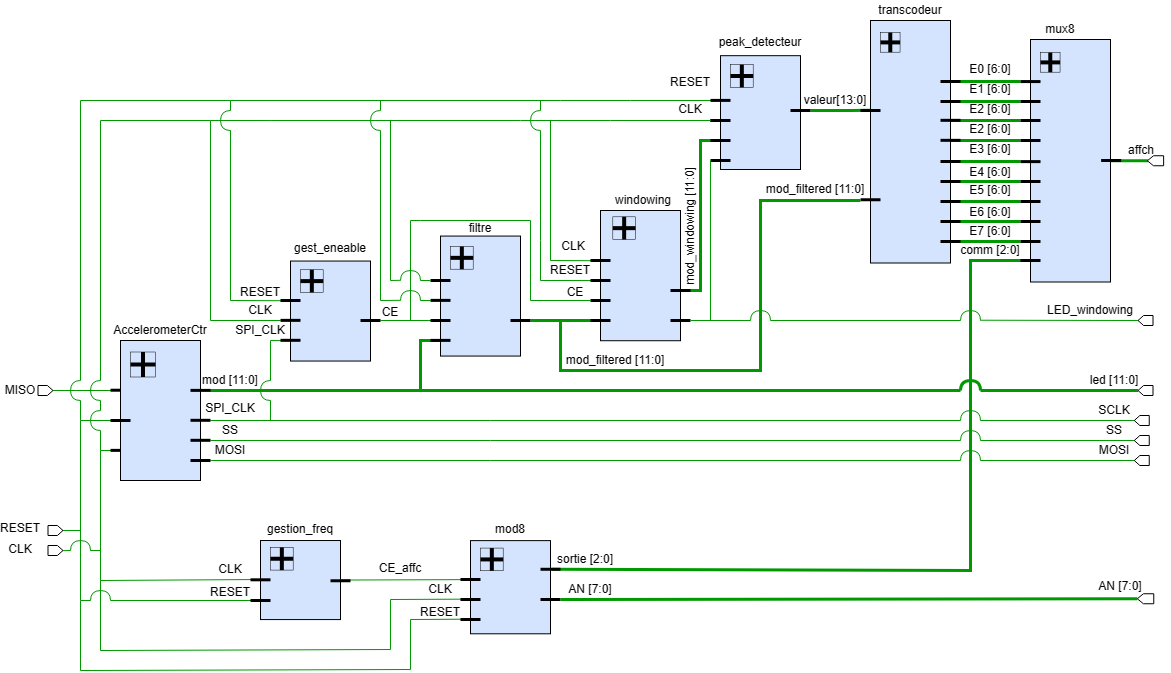
This is Diagram.png from FurlanLucas/Projet-VHDL, a draw.io export, as it was before one commit. Source tidied: cells renumbered, new cells last; positions are measured from the earlier drawing's top-left corner, leaving out a move shared by most shapes.
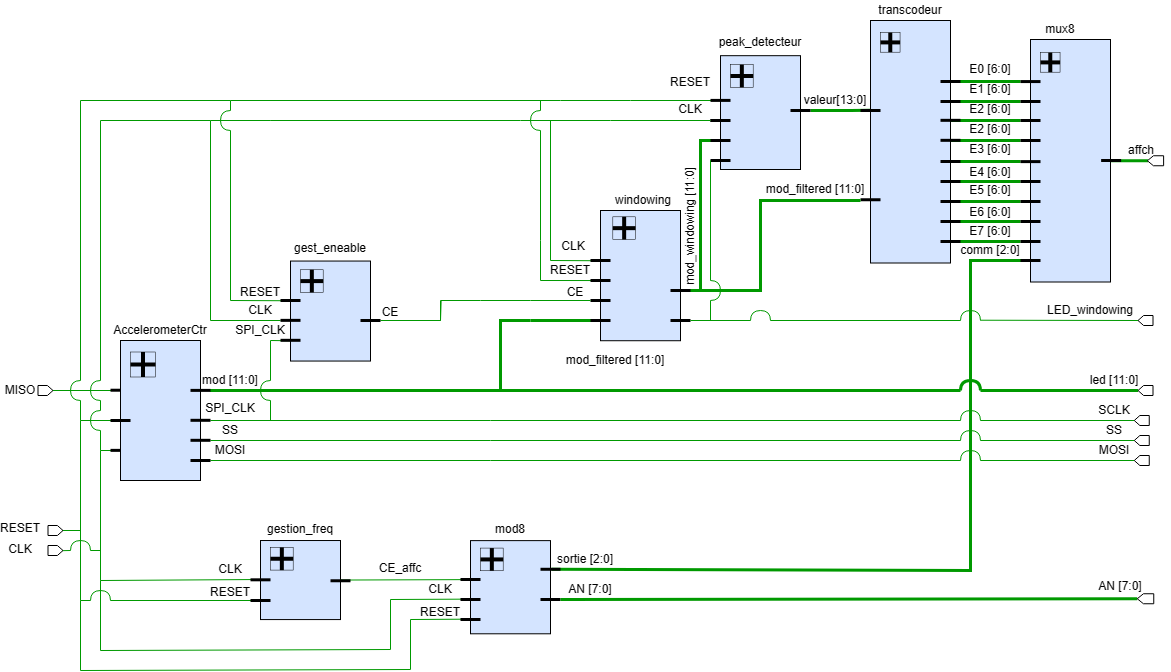
The same file after the commit.

The edit, as a diff of the source:
```diff
@@ -117,9 +117,10 @@
     <mxCell id="20" style="rounded=0;whiteSpace=wrap;html=1;fillColor=#D4E4FF;strokeColor=#000000;" parent="1" vertex="1">
       <mxGeometry x="1030" y="39" width="80" height="242.5" as="geometry" />
     </mxCell>
-    <mxCell id="21" style="endArrow=none;html=1;rounded=0;strokeColor=#009900;strokeWidth=1;entryX=0.008;entryY=0.541;entryDx=0;entryDy=0;entryPerimeter=0;" parent="1" edge="1" target="35">
+    <mxCell id="21" style="endArrow=none;html=1;rounded=0;strokeColor=#009900;strokeWidth=1;entryX=0.008;entryY=0.541;entryDx=0;entryDy=0;entryPerimeter=0;" parent="1" edge="1">
       <mxGeometry relative="1" as="geometry">
         <mxPoint x="380" y="320" as="sourcePoint" />
+        <mxPoint x="440.6" y="300.5" as="targetPoint" />
         <Array as="points">
           <mxPoint x="440" y="320" />
         </Array>
@@ -179,11 +180,11 @@
     </mxCell>
     <mxCell id="28" style="endArrow=none;html=1;rounded=0;strokeColor=#009900;strokeWidth=3;" parent="1" edge="1">
       <mxGeometry relative="1" as="geometry">
-        <mxPoint x="450" y="340" as="sourcePoint" />
+        <mxPoint x="530" y="320" as="sourcePoint" />
         <mxPoint x="510" y="390" as="targetPoint" />
         <Array as="points">
-          <mxPoint x="420" y="340" />
-          <mxPoint x="420" y="390" />
+          <mxPoint x="500" y="320" />
+          <mxPoint x="500" y="390" />
         </Array>
       </mxGeometry>
     </mxCell>
@@ -204,30 +205,6 @@
     <mxCell id="33" value="CLK" style="text;html=1;strokeColor=none;fillColor=none;align=center;verticalAlign=middle;whiteSpace=wrap;rounded=0;" parent="1" vertex="1">
       <mxGeometry y="539" width="40" height="20" as="geometry" />
     </mxCell>
-    <mxCell id="34" style="group;" parent="1" vertex="1">
-      <mxGeometry x="440" y="240" width="80" height="120" as="geometry" />
-    </mxCell>
-    <mxCell id="35" style="rounded=0;whiteSpace=wrap;html=1;fillColor=#D4E4FF;strokeColor=#000000;" parent="34" vertex="1">
-      <mxGeometry y="-4.4" width="80" height="120" as="geometry" />
-    </mxCell>
-    <mxCell id="36" style="whiteSpace=wrap;html=1;strokeColor=#000000;fillColor=none;strokeWidth=0.5;gradientColor=none;" parent="34" vertex="1">
-      <mxGeometry x="10" y="6" width="22.7" height="22.7" as="geometry" />
-    </mxCell>
-    <mxCell id="37" style="endArrow=none;html=1;rounded=0;exitX=0.5;exitY=1;exitDx=0;exitDy=0;entryX=0.5;entryY=0;entryDx=0;entryDy=0;strokeWidth=4;" parent="34" edge="1" source="36" target="36">
-      <mxGeometry relative="1" as="geometry" />
-    </mxCell>
-    <mxCell id="38" style="endArrow=none;html=1;rounded=0;exitX=0;exitY=0.5;exitDx=0;exitDy=0;entryX=1;entryY=0.5;entryDx=0;entryDy=0;strokeWidth=4;" parent="34" edge="1" source="36" target="36">
-      <mxGeometry relative="1" as="geometry" />
-    </mxCell>
-    <mxCell id="39" style="endArrow=none;html=1;rounded=0;strokeColor=#000000;strokeWidth=3;endSize=1;" parent="34" edge="1">
-      <mxGeometry relative="1" as="geometry">
-        <mxPoint x="70" y="80" as="sourcePoint" />
-        <mxPoint x="90" y="80" as="targetPoint" />
-      </mxGeometry>
-    </mxCell>
-    <mxCell id="40" value="filtre" style="text;html=1;strokeColor=none;fillColor=none;align=center;verticalAlign=middle;whiteSpace=wrap;rounded=0;" parent="1" vertex="1">
-      <mxGeometry x="430" y="217.6" width="100" height="20" as="geometry" />
-    </mxCell>
     <mxCell id="41" style="group;" parent="1" vertex="1">
       <mxGeometry x="260" y="539" width="80" height="83" as="geometry" />
     </mxCell>
@@ -1063,11 +1040,10 @@
     </mxCell>
     <mxCell id="213" style="endArrow=none;html=1;rounded=0;strokeColor=#009900;strokeWidth=3;" parent="1" edge="1">
       <mxGeometry x="-0.37" y="-75" relative="1" as="geometry">
-        <mxPoint x="560" y="320" as="sourcePoint" />
+        <mxPoint x="700" y="290" as="sourcePoint" />
         <mxPoint x="860" y="200" as="targetPoint" />
         <Array as="points">
-          <mxPoint x="560" y="370" />
-          <mxPoint x="760" y="370" />
+          <mxPoint x="760" y="290" />
           <mxPoint x="760" y="200" />
         </Array>
       </mxGeometry>
@@ -1144,9 +1120,9 @@
         <mxPoint x="410" y="320" as="sourcePoint" />
         <mxPoint x="590" y="300" as="targetPoint" />
         <Array as="points">
-          <mxPoint x="410" y="220" />
-          <mxPoint x="420" y="220" />
-          <mxPoint x="530" y="220" />
+          <mxPoint x="440" y="320" />
+          <mxPoint x="440" y="300" />
+          <mxPoint x="480" y="300" />
           <mxPoint x="530" y="300" />
         </Array>
       </mxGeometry>
@@ -1162,7 +1138,7 @@
     </mxCell>
     <mxCell id="229" style="endArrow=none;html=1;rounded=0;strokeColor=#009900;" parent="1" edge="1">
       <mxGeometry relative="1" as="geometry">
-        <mxPoint x="710" y="320" as="sourcePoint" />
+        <mxPoint x="710" y="280" as="sourcePoint" />
         <mxPoint x="710" y="159.8" as="targetPoint" />
       </mxGeometry>
     </mxCell>
@@ -1220,107 +1196,30 @@
         <mxPoint x="210" y="389.9" as="targetPoint" />
       </mxGeometry>
     </mxCell>
-    <mxCell id="241" style="endArrow=none;html=1;rounded=0;strokeColor=#000000;strokeWidth=3;endSize=1;" parent="1" edge="1">
-      <mxGeometry relative="1" as="geometry">
-        <mxPoint x="430" y="339.9" as="sourcePoint" />
-        <mxPoint x="450" y="339.9" as="targetPoint" />
-      </mxGeometry>
-    </mxCell>
-    <mxCell id="242" style="endArrow=none;html=1;rounded=0;strokeColor=#000000;strokeWidth=3;endSize=1;" parent="1" edge="1">
-      <mxGeometry relative="1" as="geometry">
-        <mxPoint x="430" y="320" as="sourcePoint" />
-        <mxPoint x="450" y="320" as="targetPoint" />
-      </mxGeometry>
-    </mxCell>
-    <mxCell id="243" style="endArrow=none;html=1;rounded=0;strokeColor=#000000;strokeWidth=3;endSize=1;" parent="1" edge="1">
-      <mxGeometry relative="1" as="geometry">
-        <mxPoint x="430" y="299.9" as="sourcePoint" />
-        <mxPoint x="450" y="299.9" as="targetPoint" />
-      </mxGeometry>
-    </mxCell>
     <mxCell id="244" style="endArrow=none;html=1;rounded=0;strokeColor=#000000;strokeWidth=3;endSize=1;" parent="1" edge="1">
       <mxGeometry relative="1" as="geometry">
         <mxPoint x="360" y="320" as="sourcePoint" />
         <mxPoint x="380" y="320" as="targetPoint" />
       </mxGeometry>
     </mxCell>
-    <mxCell id="245" style="endArrow=none;html=1;rounded=0;strokeColor=#000000;strokeWidth=3;endSize=1;" parent="1" edge="1">
-      <mxGeometry relative="1" as="geometry">
-        <mxPoint x="430" y="280" as="sourcePoint" />
-        <mxPoint x="450" y="280" as="targetPoint" />
-      </mxGeometry>
-    </mxCell>
-    <mxCell id="246" style="endArrow=none;html=1;rounded=0;strokeWidth=1;edgeStyle=orthogonalEdgeStyle;curved=1;strokeColor=#009900;" parent="1" edge="1">
-      <mxGeometry x="-1" y="10" relative="1" as="geometry">
-        <mxPoint x="420" y="300" as="sourcePoint" />
-        <mxPoint x="400" y="300" as="targetPoint" />
-        <Array as="points">
-          <mxPoint x="420" y="290" />
-          <mxPoint x="400" y="290" />
-        </Array>
-        <mxPoint x="10" y="-10" as="offset" />
-      </mxGeometry>
-    </mxCell>
-    <mxCell id="247" style="endArrow=none;html=1;rounded=0;strokeColor=#009900;" parent="1" edge="1">
-      <mxGeometry relative="1" as="geometry">
-        <mxPoint x="420" y="300" as="sourcePoint" />
-        <mxPoint x="430" y="300" as="targetPoint" />
-      </mxGeometry>
-    </mxCell>
-    <mxCell id="248" style="endArrow=none;html=1;rounded=0;strokeColor=#009900;" parent="1" edge="1">
-      <mxGeometry relative="1" as="geometry">
-        <mxPoint x="380" y="130" as="sourcePoint" />
-        <mxPoint x="400" y="299.8" as="targetPoint" />
-        <Array as="points">
-          <mxPoint x="380" y="300" />
-        </Array>
-      </mxGeometry>
-    </mxCell>
-    <mxCell id="249" style="endArrow=none;html=1;rounded=0;strokeWidth=1;edgeStyle=orthogonalEdgeStyle;curved=1;strokeColor=#009900;" parent="1" edge="1">
-      <mxGeometry x="-1" y="10" relative="1" as="geometry">
-        <mxPoint x="420" y="280" as="sourcePoint" />
-        <mxPoint x="400" y="280" as="targetPoint" />
-        <Array as="points">
-          <mxPoint x="420" y="270" />
-          <mxPoint x="400" y="270" />
-        </Array>
-        <mxPoint x="10" y="-10" as="offset" />
-      </mxGeometry>
-    </mxCell>
-    <mxCell id="250" style="endArrow=none;html=1;rounded=0;strokeColor=#009900;" parent="1" edge="1">
-      <mxGeometry relative="1" as="geometry">
-        <mxPoint x="420" y="280" as="sourcePoint" />
-        <mxPoint x="430" y="280" as="targetPoint" />
-      </mxGeometry>
-    </mxCell>
-    <mxCell id="251" style="endArrow=none;html=1;rounded=0;strokeColor=#009900;" parent="1" edge="1">
-      <mxGeometry relative="1" as="geometry">
-        <mxPoint x="390" y="120" as="sourcePoint" />
-        <mxPoint x="400" y="279.8" as="targetPoint" />
-        <Array as="points">
-          <mxPoint x="390" y="280" />
-        </Array>
-      </mxGeometry>
-    </mxCell>
-    <mxCell id="252" style="endArrow=none;html=1;rounded=0;strokeWidth=1;edgeStyle=orthogonalEdgeStyle;curved=1;strokeColor=#009900;" parent="1" edge="1">
-      <mxGeometry x="-1" y="-316" relative="1" as="geometry">
-        <mxPoint x="380" y="110" as="sourcePoint" />
-        <mxPoint x="380" y="130" as="targetPoint" />
-        <Array as="points">
-          <mxPoint x="370" y="110" />
-          <mxPoint x="370" y="130" />
-        </Array>
-        <mxPoint x="300" y="216" as="offset" />
-      </mxGeometry>
-    </mxCell>
-    <mxCell id="253" style="endArrow=none;html=1;rounded=0;strokeColor=#009900;" parent="1" edge="1">
-      <mxGeometry relative="1" as="geometry">
-        <mxPoint x="380" y="110" as="sourcePoint" />
-        <mxPoint x="380" y="100" as="targetPoint" />
-      </mxGeometry>
-    </mxCell>
     <mxCell id="254" value="mod_filtered [11:0]" style="text;html=1;strokeColor=none;fillColor=none;align=center;verticalAlign=middle;whiteSpace=wrap;rounded=0;" parent="1" vertex="1">
       <mxGeometry x="560" y="350" width="110" height="20" as="geometry" />
     </mxCell>
+    <mxCell id="255" style="endArrow=none;html=1;rounded=0;strokeWidth=1;edgeStyle=orthogonalEdgeStyle;curved=1;strokeColor=#009900;" parent="1" edge="1">
+      <mxGeometry relative="1" as="geometry">
+        <mxPoint x="710" y="280" as="sourcePoint" />
+        <mxPoint x="710" y="300" as="targetPoint" />
+        <Array as="points">
+          <mxPoint x="720" y="280" />
+          <mxPoint x="720" y="300" />
+        </Array>
+      </mxGeometry>
+    </mxCell>
+    <mxCell id="256" style="endArrow=none;html=1;rounded=0;strokeColor=#009900;" parent="1" edge="1">
+      <mxGeometry relative="1" as="geometry">
+        <mxPoint x="710" y="320" as="sourcePoint" />
+        <mxPoint x="710" y="300" as="targetPoint" />
+      </mxGeometry>
+    </mxCell>
   </root>
 </mxGraphModel>
```
